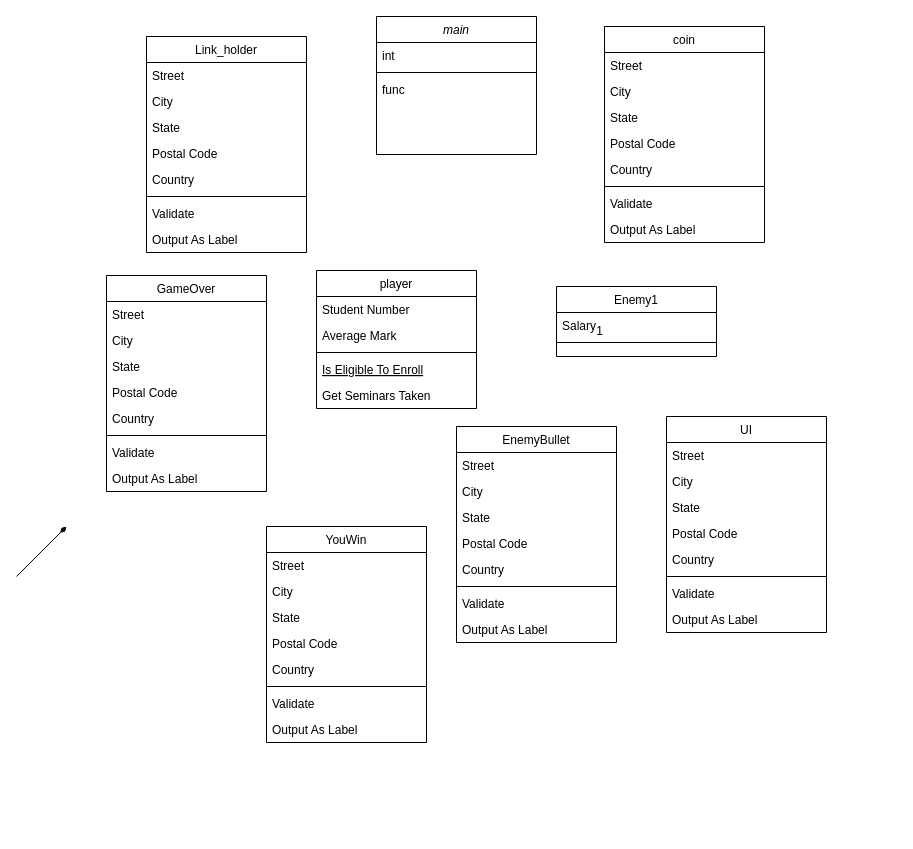
Above: Unavngivet diagram.drawio in Anasbananhovede/eksame-projekt (draw.io), before the change. Source tidied: cells renumbered, new cells numbered last; positions are measured from the earlier drawing's top-left corner, leaving out a move shared by most shapes. Both pictures are drawn from the tidied source at 100%, with x=0, y=0 at pixel (16, 16).
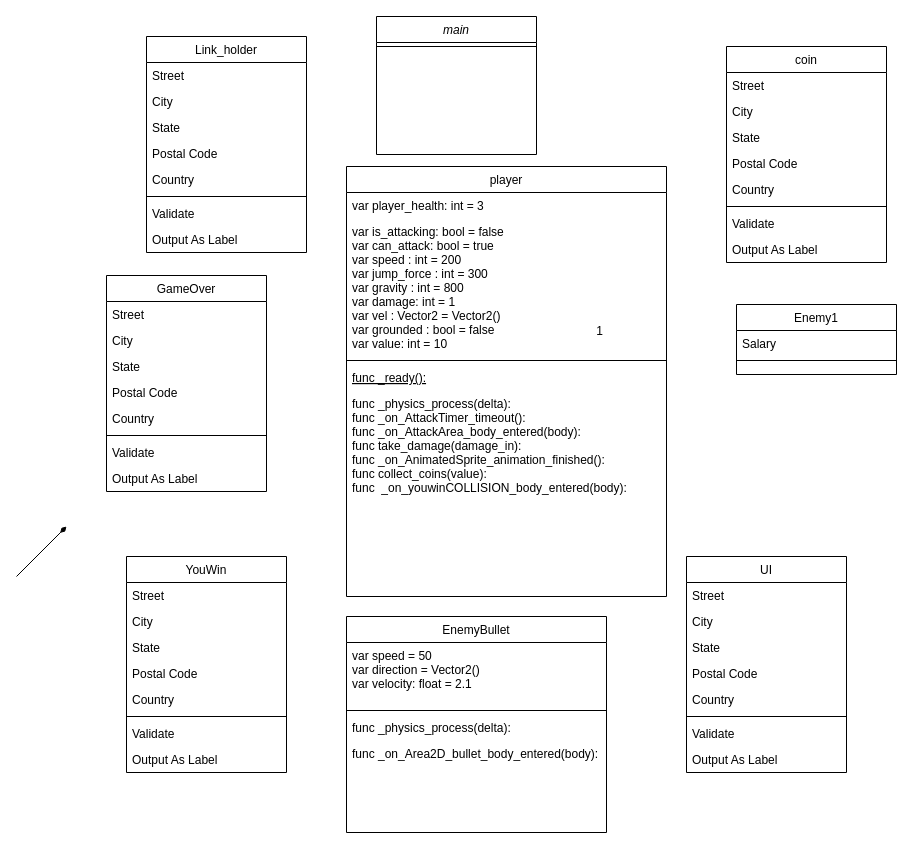
The same page after the edit.

Commit message:
igang, med at lave de forskellige kasser.drawio

Unchanged cells that the change refers to:
```xml
<mxCell id="2" value="main&#10;" style="swimlane;fontStyle=2;align=center;verticalAlign=top;horizontal=1;startSize=26;rounded=0;shadow=0;strokeWidth=1;" parent="1" vertex="1">
  <mxGeometry x="360" width="160" height="138" as="geometry" />
</mxCell>
```

The edit, as a diff of the source:
```diff
@@
-    <mxCell id="3" value="int&#10;" style="text;align=left;verticalAlign=top;spacingLeft=4;spacingRight=4;overflow=hidden;" parent="2" vertex="1">
-      <mxGeometry y="26" width="160" height="26" as="geometry" />
-    </mxCell>
     <mxCell id="4" style="line;html=1;strokeWidth=1;align=left;verticalAlign=middle;spacingTop=-1;spacingLeft=3;spacingRight=3;labelPosition=right;" parent="2" vertex="1">
-      <mxGeometry y="52" width="160" height="8" as="geometry" />
+      <mxGeometry y="26" width="160" height="8" as="geometry" />
     </mxCell>
-    <mxCell id="5" value="func" style="text;align=left;verticalAlign=top;spacingLeft=4;spacingRight=4;overflow=hidden;" parent="2" vertex="1">
-      <mxGeometry y="60" width="160" height="26" as="geometry" />
-    </mxCell>
     <mxCell id="6" value="player&#10;" style="swimlane;fontStyle=0;align=center;verticalAlign=top;horizontal=1;startSize=26;rounded=0;shadow=0;strokeWidth=1;" parent="1" vertex="1">
-      <mxGeometry x="300" y="254" width="160" height="138" as="geometry" />
+      <mxGeometry x="330" y="150" width="320" height="430" as="geometry" />
     </mxCell>
-    <mxCell id="7" value="Student Number" style="text;align=left;verticalAlign=top;spacingLeft=4;spacingRight=4;overflow=hidden;" parent="6" vertex="1">
-      <mxGeometry y="26" width="160" height="26" as="geometry" />
+    <mxCell id="7" value="var player_health: int = 3" style="text;align=left;verticalAlign=top;spacingLeft=4;spacingRight=4;overflow=hidden;" parent="6" vertex="1">
+      <mxGeometry y="26" width="320" height="26" as="geometry" />
     </mxCell>
-    <mxCell id="8" value="Average Mark" style="text;align=left;verticalAlign=top;spacingLeft=4;spacingRight=4;overflow=hidden;rounded=0;shadow=0;html=0;" parent="6" vertex="1">
-      <mxGeometry y="52" width="160" height="26" as="geometry" />
+    <mxCell id="8" value="var is_attacking: bool = false&#10;var can_attack: bool = true&#10;var speed : int = 200&#10;var jump_force : int = 300&#10;var gravity : int = 800&#10;var damage: int = 1&#10;var vel : Vector2 = Vector2()&#10;var grounded : bool = false&#10;var value: int = 10" style="text;align=left;verticalAlign=top;spacingLeft=4;spacingRight=4;overflow=hidden;rounded=0;shadow=0;html=0;" parent="6" vertex="1">
+      <mxGeometry y="52" width="320" height="138" as="geometry" />
     </mxCell>
     <mxCell id="9" style="line;html=1;strokeWidth=1;align=left;verticalAlign=middle;spacingTop=-1;spacingLeft=3;spacingRight=3;labelPosition=right;" parent="6" vertex="1">
-      <mxGeometry y="78" width="160" height="8" as="geometry" />
+      <mxGeometry y="190" width="320" height="8" as="geometry" />
     </mxCell>
-    <mxCell id="10" value="Is Eligible To Enroll" style="text;align=left;verticalAlign=top;spacingLeft=4;spacingRight=4;overflow=hidden;fontStyle=4;" parent="6" vertex="1">
-      <mxGeometry y="86" width="160" height="26" as="geometry" />
+    <mxCell id="10" value="func _ready():&#10;&#10;" style="text;align=left;verticalAlign=top;spacingLeft=4;spacingRight=4;overflow=hidden;fontStyle=4;" parent="6" vertex="1">
+      <mxGeometry y="198" width="320" height="26" as="geometry" />
     </mxCell>
-    <mxCell id="11" value="Get Seminars Taken" style="text;align=left;verticalAlign=top;spacingLeft=4;spacingRight=4;overflow=hidden;" parent="6" vertex="1">
-      <mxGeometry y="112" width="160" height="26" as="geometry" />
+    <mxCell id="11" value="func _physics_process(delta):&#10;func _on_AttackTimer_timeout():&#10;func _on_AttackArea_body_entered(body):&#10;func take_damage(damage_in):&#10;func _on_AnimatedSprite_animation_finished():&#10;func collect_coins(value):&#10;func  _on_youwinCOLLISION_body_entered(body):&#10;&#10;" style="text;align=left;verticalAlign=top;spacingLeft=4;spacingRight=4;overflow=hidden;" parent="6" vertex="1">
+      <mxGeometry y="224" width="320" height="116" as="geometry" />
     </mxCell>
     <mxCell id="12" value="Enemy1" style="swimlane;fontStyle=0;align=center;verticalAlign=top;horizontal=1;startSize=26;rounded=0;shadow=0;strokeWidth=1;" parent="1" vertex="1">
-      <mxGeometry x="540" y="270" width="160" height="70" as="geometry" />
+      <mxGeometry x="720" y="288" width="160" height="70" as="geometry" />
     </mxCell>
@@
     <mxCell id="15" value="coin&#10;" style="swimlane;fontStyle=0;align=center;verticalAlign=top;horizontal=1;startSize=26;rounded=0;shadow=0;strokeWidth=1;" parent="1" vertex="1">
-      <mxGeometry x="588" y="10" width="160" height="216" as="geometry" />
+      <mxGeometry x="710" y="30" width="160" height="216" as="geometry" />
     </mxCell>
@@
     <mxCell id="24" value="EnemyBullet" style="swimlane;fontStyle=0;align=center;verticalAlign=top;horizontal=1;startSize=26;rounded=0;shadow=0;strokeWidth=1;" parent="1" vertex="1">
-      <mxGeometry x="440" y="410" width="160" height="216" as="geometry" />
+      <mxGeometry x="330" y="600" width="260" height="216" as="geometry" />
     </mxCell>
-    <mxCell id="25" value="Street" style="text;align=left;verticalAlign=top;spacingLeft=4;spacingRight=4;overflow=hidden;" parent="24" vertex="1">
-      <mxGeometry y="26" width="160" height="26" as="geometry" />
+    <mxCell id="25" value="var speed = 50&#10;var direction = Vector2()&#10;var velocity: float = 2.1&#10;" style="text;align=left;verticalAlign=top;spacingLeft=4;spacingRight=4;overflow=hidden;" parent="24" vertex="1">
+      <mxGeometry y="26" width="260" height="64" as="geometry" />
     </mxCell>
-    <mxCell id="26" value="City" style="text;align=left;verticalAlign=top;spacingLeft=4;spacingRight=4;overflow=hidden;rounded=0;shadow=0;html=0;" parent="24" vertex="1">
-      <mxGeometry y="52" width="160" height="26" as="geometry" />
-    </mxCell>
-    <mxCell id="27" value="State" style="text;align=left;verticalAlign=top;spacingLeft=4;spacingRight=4;overflow=hidden;rounded=0;shadow=0;html=0;" parent="24" vertex="1">
-      <mxGeometry y="78" width="160" height="26" as="geometry" />
-    </mxCell>
-    <mxCell id="28" value="Postal Code" style="text;align=left;verticalAlign=top;spacingLeft=4;spacingRight=4;overflow=hidden;rounded=0;shadow=0;html=0;" parent="24" vertex="1">
-      <mxGeometry y="104" width="160" height="26" as="geometry" />
-    </mxCell>
-    <mxCell id="29" value="Country" style="text;align=left;verticalAlign=top;spacingLeft=4;spacingRight=4;overflow=hidden;rounded=0;shadow=0;html=0;" parent="24" vertex="1">
-      <mxGeometry y="130" width="160" height="26" as="geometry" />
-    </mxCell>
     <mxCell id="30" style="line;html=1;strokeWidth=1;align=left;verticalAlign=middle;spacingTop=-1;spacingLeft=3;spacingRight=3;labelPosition=right;" parent="24" vertex="1">
-      <mxGeometry y="156" width="160" height="8" as="geometry" />
+      <mxGeometry y="90" width="260" height="8" as="geometry" />
     </mxCell>
-    <mxCell id="31" value="Validate" style="text;align=left;verticalAlign=top;spacingLeft=4;spacingRight=4;overflow=hidden;" parent="24" vertex="1">
-      <mxGeometry y="164" width="160" height="26" as="geometry" />
+    <mxCell id="31" value="func _physics_process(delta):" style="text;align=left;verticalAlign=top;spacingLeft=4;spacingRight=4;overflow=hidden;" parent="24" vertex="1">
+      <mxGeometry y="98" width="260" height="26" as="geometry" />
     </mxCell>
-    <mxCell id="32" value="Output As Label" style="text;align=left;verticalAlign=top;spacingLeft=4;spacingRight=4;overflow=hidden;" parent="24" vertex="1">
-      <mxGeometry y="190" width="160" height="26" as="geometry" />
+    <mxCell id="32" value="func _on_Area2D_bullet_body_entered(body):" style="text;align=left;verticalAlign=top;spacingLeft=4;spacingRight=4;overflow=hidden;" parent="24" vertex="1">
+      <mxGeometry y="124" width="260" height="26" as="geometry" />
     </mxCell>
     <mxCell id="33" value="YouWin" style="swimlane;fontStyle=0;align=center;verticalAlign=top;horizontal=1;startSize=26;rounded=0;shadow=0;strokeWidth=1;" parent="1" vertex="1">
-      <mxGeometry x="250" y="510" width="160" height="216" as="geometry" />
+      <mxGeometry x="110" y="540" width="160" height="216" as="geometry" />
     </mxCell>
@@
     <mxCell id="60" value="UI" style="swimlane;fontStyle=0;align=center;verticalAlign=top;horizontal=1;startSize=26;rounded=0;shadow=0;strokeWidth=1;" parent="1" vertex="1">
-      <mxGeometry x="650" y="400" width="160" height="216" as="geometry" />
+      <mxGeometry x="670" y="540" width="160" height="216" as="geometry" />
     </mxCell>
```
